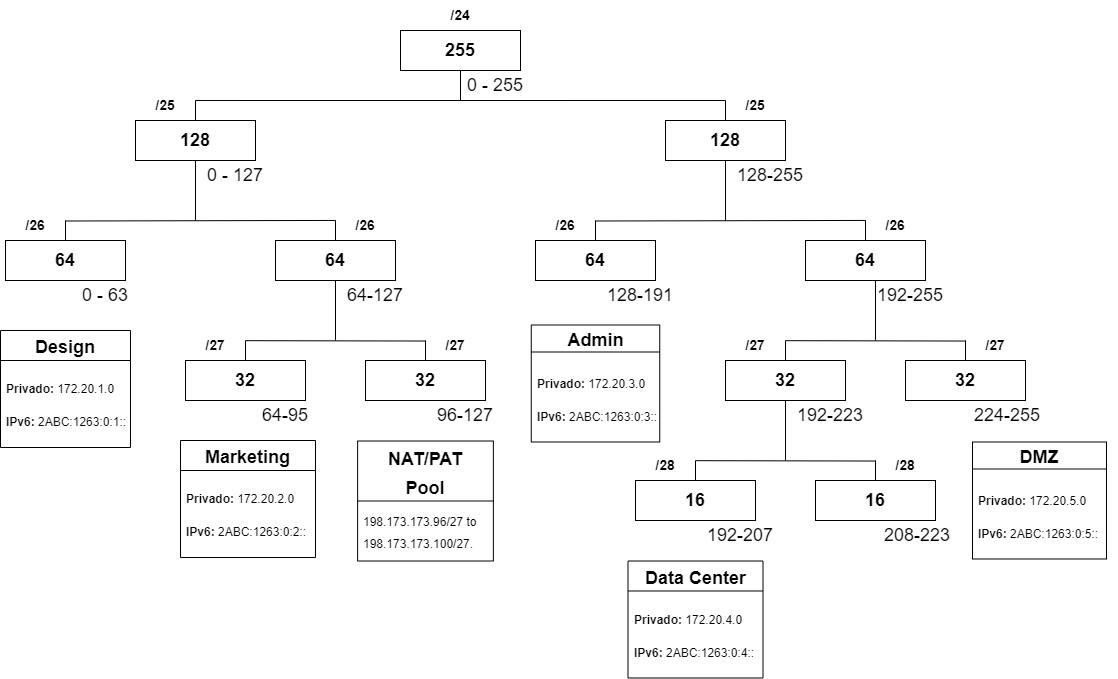
Before: report/network-ips-diagram/network-ips.drawio.png, a diagram exported from draw.io (AfonsoTorres/projeto-rc1-2022). Source tidied: cells renumbered, new cells last; positions are measured from the earlier drawing's top-left corner, leaving out a move shared by most shapes.
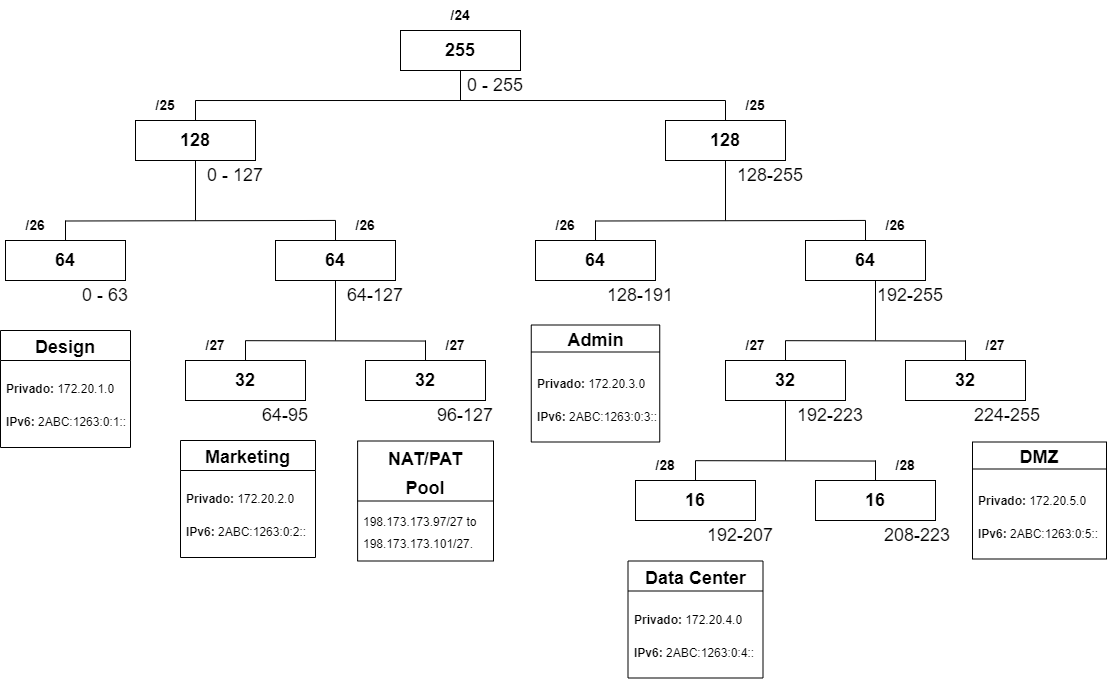
The same diagram one commit later.

The edit, as a diff of the source:
```diff
@@ -317,9 +317,9 @@
       <mxGeometry x="4" y="70" width="140" height="40" as="geometry" />
     </mxCell>
     <mxCell id="93" value="&lt;font style=&quot;font-size: 18px;&quot;&gt;NAT/PAT&lt;br&gt;Pool&lt;/font&gt;" style="swimlane;whiteSpace=wrap;html=1;fontSize=24;fillColor=#FFFFFF;startSize=60;" parent="1" vertex="1">
-      <mxGeometry x="357.1" y="440.5" width="135.8" height="120" as="geometry" />
+      <mxGeometry x="357.1" y="440.5" width="135.9" height="120" as="geometry" />
     </mxCell>
-    <mxCell id="94" value="&lt;span style=&quot;font-size: 12px;&quot;&gt;198.173.173.96/27 to&lt;br&gt;198.173.173.100/27.&lt;/span&gt;" style="text;html=1;align=left;verticalAlign=middle;strokeColor=none;fillColor=none;fontSize=18;" parent="93" vertex="1">
+    <mxCell id="94" value="&lt;span style=&quot;font-size: 12px;&quot;&gt;198.173.173.97/27 to&lt;br&gt;198.173.173.101/27.&lt;/span&gt;" style="text;html=1;align=left;verticalAlign=middle;strokeColor=none;fillColor=none;fontSize=18;" parent="93" vertex="1">
       <mxGeometry x="4" y="60" width="140" height="60" as="geometry" />
     </mxCell>
   </root>
```
